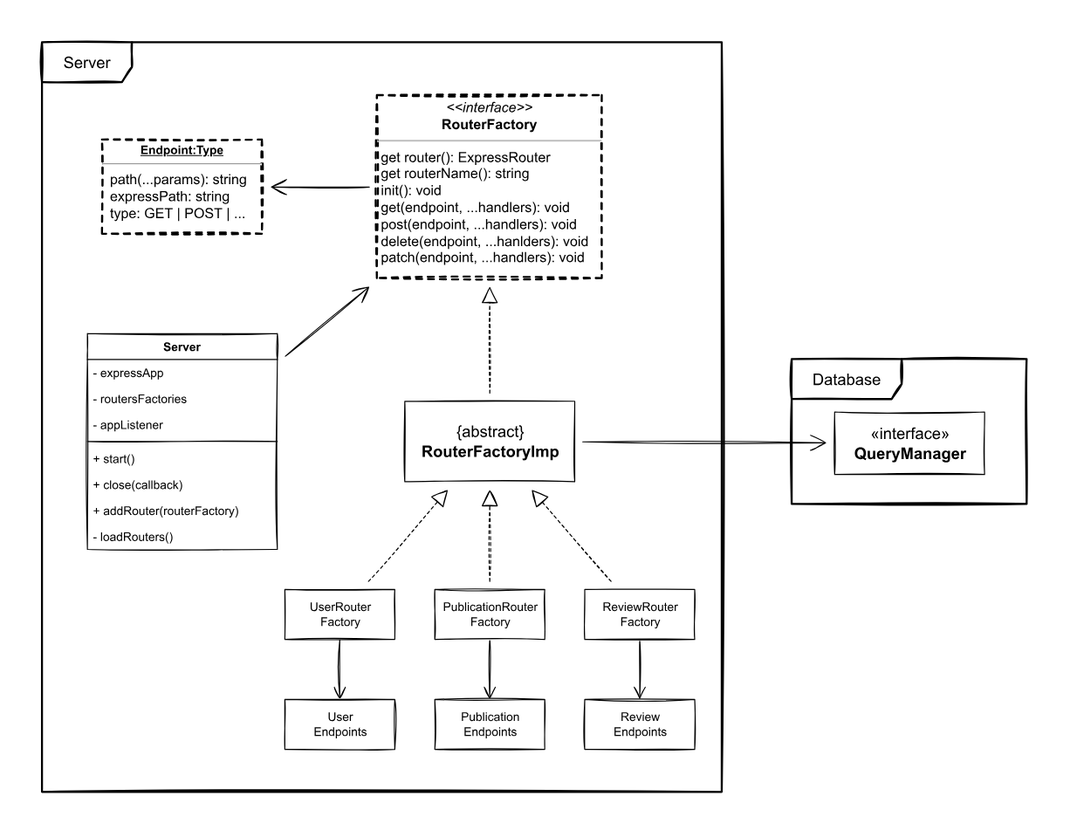
The draw.io diagram backend/docs/diagrams/server-diagram.svg in Mahmoud-Ehab/global-store, before a commit. Source tidied: cells renumbered, new cells last; positions are measured from the earlier drawing's top-left corner, leaving out a move shared by most shapes.
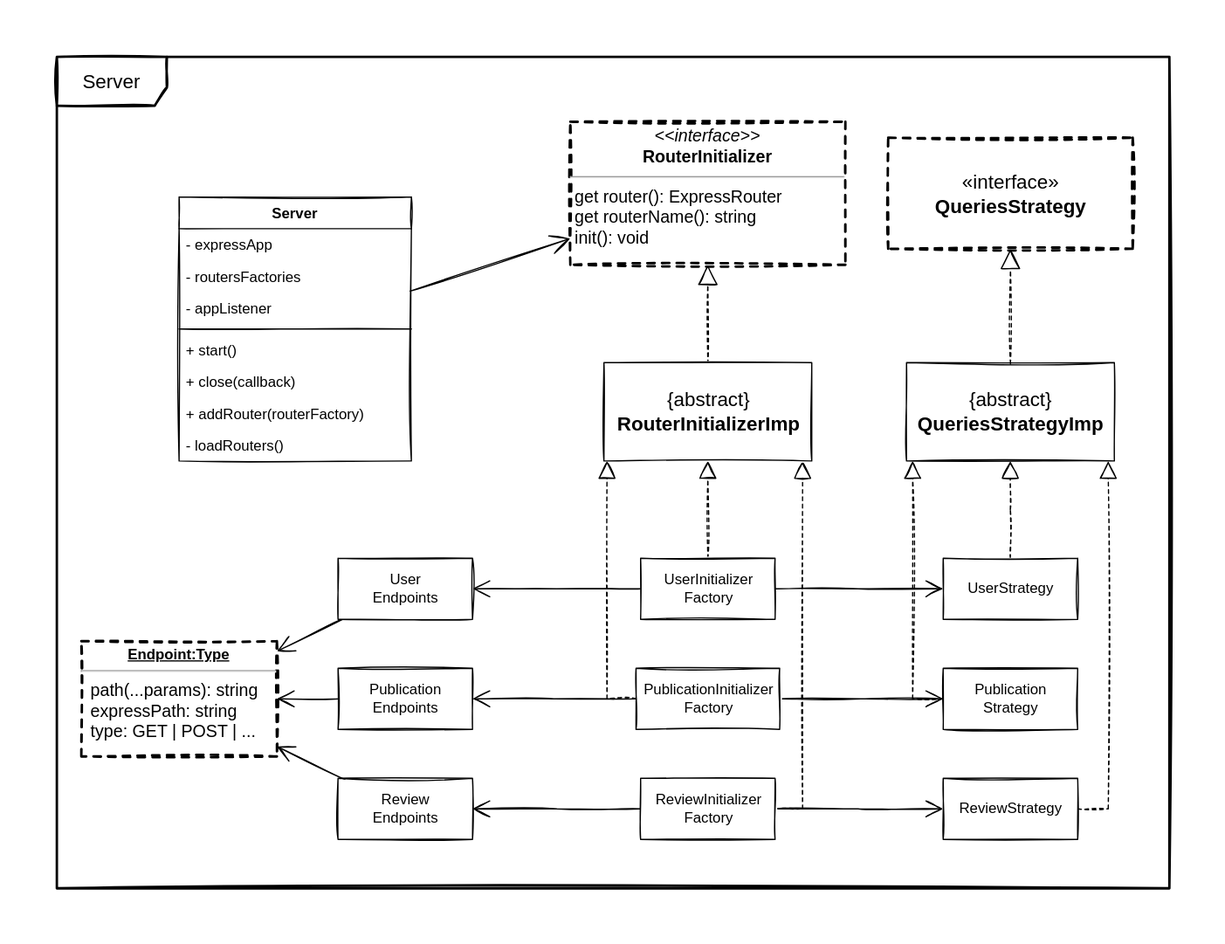
The same file after the commit.

What changed in the source:
```diff
@@ -2,47 +2,60 @@
   <root>
     <mxCell id="0" />
     <mxCell id="1" parent="0" />
-    <mxCell id="2" value="Database" style="shape=umlFrame;whiteSpace=wrap;html=1;fontSize=16;strokeWidth=2;width=110;height=40;rounded=0;fontFamily=Helvetica;sketch=1;" parent="1" vertex="1">
-      <mxGeometry x="750" y="317" width="235" height="145" as="geometry" />
-    </mxCell>
     <mxCell id="3" value="&lt;font style=&quot;font-size: 16px;&quot;&gt;Server&lt;/font&gt;" style="shape=umlFrame;whiteSpace=wrap;html=1;strokeWidth=2;rounded=0;width=90;height=40;fontFamily=Helvetica;sketch=1;" parent="1" vertex="1">
-      <mxGeometry width="680" height="750" as="geometry" />
+      <mxGeometry x="-110" y="130" width="910" height="680" as="geometry" />
     </mxCell>
-    <mxCell id="4" style="edgeStyle=none;rounded=0;hachureGap=4;jettySize=auto;html=1;fontFamily=Helvetica;fontSize=14;endArrow=open;startSize=14;endSize=14;sourcePerimeterSpacing=8;targetPerimeterSpacing=8;sketch=1;" parent="1" edge="1" source="5" target="25">
-      <mxGeometry relative="1" as="geometry" />
-    </mxCell>
-    <mxCell id="5" value="&lt;p style=&quot;margin: 4px 0px 0px; text-align: center; font-size: 14px;&quot;&gt;&lt;font style=&quot;font-size: 14px;&quot;&gt;&lt;i style=&quot;font-size: 14px;&quot;&gt;&amp;lt;&amp;lt;interface&amp;gt;&amp;gt;&lt;/i&gt;&lt;br style=&quot;font-size: 14px;&quot;&gt;&lt;b style=&quot;font-size: 14px;&quot;&gt;RouterFactory&lt;/b&gt;&lt;/font&gt;&lt;/p&gt;&lt;hr style=&quot;font-size: 14px;&quot;&gt;&lt;p style=&quot;margin: 0px 0px 0px 4px; font-size: 14px;&quot;&gt;get router(): ExpressRouter&lt;/p&gt;&lt;p style=&quot;margin: 0px 0px 0px 4px; font-size: 14px;&quot;&gt;get routerName(): string&lt;/p&gt;&lt;p style=&quot;margin: 0px 0px 0px 4px; font-size: 14px;&quot;&gt;init(): void&lt;/p&gt;&lt;p style=&quot;margin: 0px 0px 0px 4px; font-size: 14px;&quot;&gt;get(endpoint, ...handlers): void&lt;/p&gt;&lt;p style=&quot;margin: 0px 0px 0px 4px; font-size: 14px;&quot;&gt;post(endpoint, ...handlers): void&lt;/p&gt;&lt;p style=&quot;margin: 0px 0px 0px 4px; font-size: 14px;&quot;&gt;delete(endpoint, ...hanlders): void&lt;/p&gt;&lt;p style=&quot;margin: 0px 0px 0px 4px; font-size: 14px;&quot;&gt;patch(endpoint, ...handlers): void&lt;/p&gt;&lt;p style=&quot;margin: 0px 0px 0px 4px; font-size: 14px;&quot;&gt;&lt;br style=&quot;font-size: 14px;&quot;&gt;&lt;/p&gt;&lt;p style=&quot;margin: 0px 0px 0px 4px; font-size: 14px;&quot;&gt;&lt;br style=&quot;font-size: 14px;&quot;&gt;&lt;/p&gt;&lt;p style=&quot;margin: 0px 0px 0px 4px; font-size: 14px;&quot;&gt;&lt;br style=&quot;font-size: 14px;&quot;&gt;&lt;/p&gt;&lt;p style=&quot;margin: 0px 0px 0px 4px; font-size: 14px;&quot;&gt;&lt;br style=&quot;font-size: 14px;&quot;&gt;&lt;/p&gt;" style="verticalAlign=top;align=left;overflow=fill;fontSize=14;fontFamily=Helvetica;html=1;rounded=0;strokeWidth=2;sketch=1;dashed=1;" parent="1" vertex="1">
-      <mxGeometry x="335" y="53" width="225" height="183" as="geometry" />
+    <mxCell id="5" value="&lt;p style=&quot;margin: 4px 0px 0px; text-align: center; font-size: 14px;&quot;&gt;&lt;font style=&quot;font-size: 14px;&quot;&gt;&lt;i style=&quot;font-size: 14px;&quot;&gt;&amp;lt;&amp;lt;interface&amp;gt;&amp;gt;&lt;/i&gt;&lt;br style=&quot;font-size: 14px;&quot;&gt;&lt;b style=&quot;font-size: 14px;&quot;&gt;RouterInitializer&lt;/b&gt;&lt;/font&gt;&lt;/p&gt;&lt;hr style=&quot;font-size: 14px;&quot;&gt;&lt;p style=&quot;margin: 0px 0px 0px 4px; font-size: 14px;&quot;&gt;get router(): ExpressRouter&lt;/p&gt;&lt;p style=&quot;margin: 0px 0px 0px 4px; font-size: 14px;&quot;&gt;get routerName(): string&lt;/p&gt;&lt;p style=&quot;margin: 0px 0px 0px 4px; font-size: 14px;&quot;&gt;init(): void&lt;/p&gt;&lt;p style=&quot;margin: 0px 0px 0px 4px; font-size: 14px;&quot;&gt;&lt;br&gt;&lt;/p&gt;&lt;p style=&quot;margin: 0px 0px 0px 4px; font-size: 14px;&quot;&gt;&lt;br style=&quot;font-size: 14px;&quot;&gt;&lt;/p&gt;" style="verticalAlign=top;align=left;overflow=fill;fontSize=14;fontFamily=Helvetica;html=1;rounded=0;strokeWidth=2;sketch=1;dashed=1;" parent="1" vertex="1">
+      <mxGeometry x="310" y="183.1" width="225" height="117" as="geometry" />
     </mxCell>
-    <mxCell id="6" style="edgeStyle=none;rounded=0;hachureGap=4;jettySize=auto;html=1;dashed=1;fontFamily=Helvetica;fontSize=14;endArrow=block;endFill=0;startSize=14;endSize=14;sourcePerimeterSpacing=8;targetPerimeterSpacing=8;sketch=1;" parent="1" edge="1" source="8" target="28">
+    <mxCell id="6" style="edgeStyle=none;rounded=0;hachureGap=4;jettySize=auto;html=1;dashed=1;fontFamily=Helvetica;fontSize=14;endArrow=block;endFill=0;startSize=6;endSize=12;sourcePerimeterSpacing=0;targetPerimeterSpacing=0;sketch=1;" parent="1" edge="1" source="8" target="28">
       <mxGeometry relative="1" as="geometry" />
     </mxCell>
+    <mxCell id="33" style="edgeStyle=elbowEdgeStyle;rounded=0;sketch=1;jettySize=auto;html=1;fontSize=16;endArrow=open;endFill=0;endSize=12;strokeWidth=1;" parent="1" edge="1" source="8" target="43">
+      <mxGeometry relative="1" as="geometry" />
+    </mxCell>
-    <mxCell id="7" style="edgeStyle=orthogonalEdgeStyle;rounded=0;jettySize=auto;html=1;fontSize=14;endArrow=open;endFill=0;endSize=10;strokeWidth=1;sketch=1;" parent="1" edge="1" source="8" target="30">
+    <mxCell id="7" style="edgeStyle=elbowEdgeStyle;rounded=0;sketch=1;jettySize=auto;html=1;fontSize=16;endArrow=open;endFill=0;startSize=6;endSize=12;sourcePerimeterSpacing=0;targetPerimeterSpacing=0;strokeWidth=1;" parent="1" edge="1" source="8" target="30">
       <mxGeometry relative="1" as="geometry" />
     </mxCell>
-    <mxCell id="8" value="UserRouter&lt;br&gt;Factory" style="html=1;rounded=0;fontFamily=Helvetica;sketch=1;" parent="1" vertex="1">
-      <mxGeometry x="242.5" y="547" width="110" height="50" as="geometry" />
+    <mxCell id="8" value="UserInitializer&lt;br&gt;Factory" style="html=1;rounded=0;fontFamily=Helvetica;sketch=1;" parent="1" vertex="1">
+      <mxGeometry x="367.5" y="540" width="110" height="50" as="geometry" />
     </mxCell>
-    <mxCell id="9" style="edgeStyle=none;rounded=0;hachureGap=4;jettySize=auto;html=1;dashed=1;fontFamily=Helvetica;fontSize=14;endArrow=block;endFill=0;startSize=14;endSize=14;sourcePerimeterSpacing=8;targetPerimeterSpacing=8;sketch=1;" parent="1" edge="1" source="11" target="28">
-      <mxGeometry relative="1" as="geometry" />
+    <mxCell id="9" style="edgeStyle=elbowEdgeStyle;rounded=0;hachureGap=4;jettySize=auto;html=1;dashed=1;fontFamily=Helvetica;fontSize=14;endArrow=block;endFill=0;startSize=6;endSize=12;sourcePerimeterSpacing=0;targetPerimeterSpacing=0;sketch=1;" parent="1" edge="1" source="11" target="28">
+      <mxGeometry relative="1" as="geometry">
+        <Array as="points">
+          <mxPoint x="340" y="600" />
+          <mxPoint x="390" y="580" />
+        </Array>
+      </mxGeometry>
     </mxCell>
+    <mxCell id="34" style="edgeStyle=elbowEdgeStyle;rounded=0;sketch=1;jettySize=auto;html=1;fontSize=16;endArrow=open;endFill=0;endSize=12;strokeWidth=1;" parent="1" edge="1" source="11" target="47">
+      <mxGeometry relative="1" as="geometry" />
+    </mxCell>
-    <mxCell id="10" style="edgeStyle=orthogonalEdgeStyle;rounded=0;jettySize=auto;html=1;fontSize=14;endArrow=open;endFill=0;endSize=10;strokeWidth=1;sketch=1;" parent="1" edge="1" source="11" target="31">
+    <mxCell id="10" style="edgeStyle=elbowEdgeStyle;rounded=0;sketch=1;jettySize=auto;html=1;fontSize=16;endArrow=open;endFill=0;startSize=6;endSize=12;sourcePerimeterSpacing=0;targetPerimeterSpacing=0;strokeWidth=1;" parent="1" edge="1" source="11" target="31">
       <mxGeometry relative="1" as="geometry" />
     </mxCell>
-    <mxCell id="11" value="PublicationRouter&lt;br&gt;Factory" style="html=1;rounded=0;fontFamily=Helvetica;sketch=1;" parent="1" vertex="1">
-      <mxGeometry x="392.5" y="547" width="110" height="50" as="geometry" />
+    <mxCell id="11" value="PublicationInitializer&lt;br&gt;Factory" style="html=1;rounded=0;fontFamily=Helvetica;sketch=1;" parent="1" vertex="1">
+      <mxGeometry x="363.8" y="630" width="117.5" height="50" as="geometry" />
     </mxCell>
-    <mxCell id="12" style="edgeStyle=none;rounded=0;hachureGap=4;jettySize=auto;html=1;dashed=1;fontFamily=Helvetica;fontSize=14;endArrow=block;endFill=0;startSize=14;endSize=14;sourcePerimeterSpacing=8;targetPerimeterSpacing=8;sketch=1;" parent="1" edge="1" source="14" target="28">
-      <mxGeometry relative="1" as="geometry" />
+    <mxCell id="12" style="edgeStyle=elbowEdgeStyle;rounded=0;hachureGap=4;jettySize=auto;html=1;dashed=1;fontFamily=Helvetica;fontSize=14;endArrow=block;endFill=0;startSize=6;endSize=12;sourcePerimeterSpacing=0;targetPerimeterSpacing=0;sketch=1;" parent="1" edge="1" source="14" target="28">
+      <mxGeometry relative="1" as="geometry">
+        <Array as="points">
+          <mxPoint x="500" y="570" />
+          <mxPoint x="540" y="570" />
+        </Array>
+      </mxGeometry>
     </mxCell>
+    <mxCell id="35" style="edgeStyle=elbowEdgeStyle;rounded=0;sketch=1;jettySize=auto;html=1;fontSize=16;endArrow=open;endFill=0;endSize=12;strokeWidth=1;" parent="1" edge="1" source="14" target="45">
+      <mxGeometry relative="1" as="geometry" />
+    </mxCell>
-    <mxCell id="13" style="edgeStyle=orthogonalEdgeStyle;rounded=0;jettySize=auto;html=1;fontSize=14;endArrow=open;endFill=0;endSize=10;strokeWidth=1;sketch=1;" parent="1" edge="1" source="14" target="32">
+    <mxCell id="13" style="edgeStyle=elbowEdgeStyle;rounded=0;sketch=1;jettySize=auto;html=1;fontSize=16;endArrow=open;endFill=0;startSize=6;endSize=12;sourcePerimeterSpacing=0;targetPerimeterSpacing=0;strokeWidth=1;" parent="1" edge="1" source="14" target="32">
       <mxGeometry relative="1" as="geometry" />
     </mxCell>
-    <mxCell id="14" value="ReviewRouter&lt;br&gt;Factory" style="html=1;rounded=0;fontFamily=Helvetica;sketch=1;" parent="1" vertex="1">
-      <mxGeometry x="542.5" y="547" width="110" height="50" as="geometry" />
+    <mxCell id="14" value="ReviewInitializer&lt;br&gt;Factory" style="html=1;rounded=0;fontFamily=Helvetica;sketch=1;" parent="1" vertex="1">
+      <mxGeometry x="367.5" y="720" width="110" height="50" as="geometry" />
     </mxCell>
     <mxCell id="15" value="Server" style="swimlane;fontStyle=1;align=center;verticalAlign=top;horizontal=1;startSize=26;rounded=0;fontFamily=Helvetica;sketch=1;" parent="1" vertex="1">
-      <mxGeometry x="45" y="291" width="190" height="216" as="geometry" />
+      <mxGeometry x="-10" y="244.5" width="190" height="216" as="geometry" />
     </mxCell>
     <mxCell id="16" value="- expressApp" style="text;strokeColor=none;fillColor=none;align=left;verticalAlign=top;spacingLeft=4;spacingRight=4;overflow=hidden;rounded=0;fontFamily=Helvetica;sketch=1;" parent="15" vertex="1">
       <mxGeometry y="26" width="190" height="26" as="geometry" />
@@ -68,32 +81,74 @@
     <mxCell id="23" value="- loadRouters()" style="text;strokeColor=none;fillColor=none;align=left;verticalAlign=top;spacingLeft=4;spacingRight=4;overflow=hidden;rounded=0;fontFamily=Helvetica;sketch=1;" parent="15" vertex="1">
       <mxGeometry y="190" width="190" height="26" as="geometry" />
     </mxCell>
-    <mxCell id="24" value="&lt;font style=&quot;font-size: 16px;&quot;&gt;«interface»&lt;br&gt;&lt;b&gt;QueryManager&lt;/b&gt;&lt;/font&gt;" style="html=1;rounded=0;fontFamily=Helvetica;sketch=1;" parent="1" vertex="1">
-      <mxGeometry x="792.5" y="369.5" width="150" height="62.5" as="geometry" />
-    </mxCell>
     <mxCell id="25" value="&lt;p style=&quot;margin:0px;margin-top:4px;text-align:center;text-decoration:underline;&quot;&gt;&lt;b&gt;Endpoint:Type&lt;/b&gt;&lt;/p&gt;&lt;hr&gt;&lt;p style=&quot;margin: 0px 0px 0px 8px; font-size: 14px;&quot;&gt;&lt;span style=&quot;background-color: initial;&quot;&gt;path(...params): string&lt;/span&gt;&lt;/p&gt;&lt;p style=&quot;margin: 0px 0px 0px 8px; font-size: 14px;&quot;&gt;&lt;span style=&quot;background-color: initial;&quot;&gt;expressPath: string&lt;/span&gt;&lt;br&gt;&lt;/p&gt;&lt;p style=&quot;margin: 0px 0px 0px 8px; font-size: 14px;&quot;&gt;&lt;font style=&quot;font-size: 14px;&quot;&gt;type: GET | POST | ...&lt;/font&gt;&lt;/p&gt;" style="verticalAlign=top;align=left;overflow=fill;fontSize=12;fontFamily=Helvetica;html=1;hachureGap=4;strokeWidth=2;sketch=1;dashed=1;rounded=0;" parent="1" vertex="1">
-      <mxGeometry x="60" y="97.4" width="160" height="94.2" as="geometry" />
+      <mxGeometry x="-90" y="607.9" width="160" height="94.2" as="geometry" />
     </mxCell>
-    <mxCell id="26" style="edgeStyle=none;rounded=0;hachureGap=4;jettySize=auto;html=1;fontFamily=Helvetica;fontSize=14;endArrow=block;startSize=14;endSize=14;sourcePerimeterSpacing=8;targetPerimeterSpacing=8;dashed=1;endFill=0;sketch=1;" parent="1" edge="1" source="28" target="5">
+    <mxCell id="26" style="edgeStyle=none;rounded=0;hachureGap=4;jettySize=auto;html=1;fontFamily=Helvetica;fontSize=14;endArrow=block;startSize=6;endSize=14;sourcePerimeterSpacing=-1;targetPerimeterSpacing=0;dashed=1;endFill=0;sketch=1;" parent="1" edge="1" source="28" target="5">
       <mxGeometry relative="1" as="geometry" />
     </mxCell>
-    <mxCell id="27" style="edgeStyle=none;rounded=0;hachureGap=4;jettySize=auto;html=1;fontFamily=Helvetica;fontSize=14;endArrow=open;endFill=0;startSize=14;endSize=14;sourcePerimeterSpacing=8;targetPerimeterSpacing=8;sketch=1;" parent="1" edge="1" source="28" target="24">
-      <mxGeometry relative="1" as="geometry" />
-    </mxCell>
-    <mxCell id="28" value="&lt;font style=&quot;font-size: 16px;&quot;&gt;{abstract}&lt;br&gt;&lt;b&gt;RouterFactoryImp&lt;/b&gt;&lt;/font&gt;" style="html=1;rounded=0;fontFamily=Helvetica;sketch=1;" parent="1" vertex="1">
-      <mxGeometry x="362.5" y="358.8" width="170" height="80.5" as="geometry" />
+    <mxCell id="28" value="&lt;font style=&quot;font-size: 16px;&quot;&gt;{abstract}&lt;br&gt;&lt;b&gt;RouterInitializerImp&lt;/b&gt;&lt;/font&gt;" style="html=1;rounded=0;fontFamily=Helvetica;sketch=1;" parent="1" vertex="1">
+      <mxGeometry x="337.5" y="380" width="170" height="80.5" as="geometry" />
     </mxCell>
-    <mxCell id="29" style="edgeStyle=none;rounded=0;hachureGap=4;jettySize=auto;html=1;fontFamily=Helvetica;fontSize=14;endArrow=open;endFill=0;startSize=14;endSize=14;sourcePerimeterSpacing=8;targetPerimeterSpacing=8;sketch=1;" parent="1" edge="1" source="15" target="5">
+    <mxCell id="29" style="edgeStyle=none;rounded=0;hachureGap=4;jettySize=auto;html=1;fontFamily=Helvetica;fontSize=14;endArrow=open;endFill=0;startSize=6;endSize=14;sourcePerimeterSpacing=-1;targetPerimeterSpacing=0;sketch=1;" parent="1" edge="1" source="15" target="5">
       <mxGeometry relative="1" as="geometry" />
     </mxCell>
+    <mxCell id="36" style="rounded=0;sketch=1;jettySize=auto;html=1;fontSize=16;endArrow=open;endFill=0;startSize=6;endSize=12;sourcePerimeterSpacing=-1;targetPerimeterSpacing=0;strokeWidth=1;" parent="1" edge="1" source="30" target="25">
+      <mxGeometry relative="1" as="geometry" />
+    </mxCell>
     <mxCell id="30" value="User&lt;br&gt;Endpoints" style="html=1;rounded=0;fontFamily=Helvetica;sketch=1;" parent="1" vertex="1">
-      <mxGeometry x="242.5" y="657" width="110" height="50" as="geometry" />
+      <mxGeometry x="120" y="540" width="110" height="50" as="geometry" />
     </mxCell>
+    <mxCell id="37" style="edgeStyle=none;rounded=0;sketch=1;jettySize=auto;html=1;fontSize=16;endArrow=open;endFill=0;startSize=6;endSize=12;sourcePerimeterSpacing=-1;targetPerimeterSpacing=0;strokeWidth=1;" parent="1" edge="1" source="31" target="25">
+      <mxGeometry relative="1" as="geometry" />
+    </mxCell>
     <mxCell id="31" value="Publication&lt;br&gt;Endpoints" style="html=1;rounded=0;fontFamily=Helvetica;sketch=1;" parent="1" vertex="1">
-      <mxGeometry x="392.5" y="657" width="110" height="50" as="geometry" />
+      <mxGeometry x="120" y="630" width="110" height="50" as="geometry" />
     </mxCell>
+    <mxCell id="38" style="edgeStyle=none;rounded=0;sketch=1;jettySize=auto;html=1;fontSize=16;endArrow=open;endFill=0;startSize=6;endSize=12;sourcePerimeterSpacing=-1;targetPerimeterSpacing=0;strokeWidth=1;" parent="1" edge="1" source="32" target="25">
+      <mxGeometry relative="1" as="geometry" />
+    </mxCell>
     <mxCell id="32" value="Review&lt;br&gt;Endpoints" style="html=1;rounded=0;fontFamily=Helvetica;sketch=1;" parent="1" vertex="1">
-      <mxGeometry x="542.5" y="657" width="110" height="50" as="geometry" />
+      <mxGeometry x="120" y="720" width="110" height="50" as="geometry" />
     </mxCell>
+    <mxCell id="39" value="«interface»&lt;br style=&quot;font-size: 16px;&quot;&gt;&lt;b style=&quot;font-size: 16px;&quot;&gt;QueriesStrategy&lt;/b&gt;" style="html=1;dashed=1;sketch=1;strokeWidth=2;fontSize=16;" parent="1" vertex="1">
+      <mxGeometry x="570" y="196.1" width="200" height="90.9" as="geometry" />
+    </mxCell>
+    <mxCell id="40" value="&lt;font style=&quot;font-size: 16px;&quot;&gt;{abstract}&lt;br&gt;&lt;b&gt;QueriesStrategyImp&lt;/b&gt;&lt;br&gt;&lt;/font&gt;" style="html=1;rounded=0;fontFamily=Helvetica;sketch=1;" parent="1" vertex="1">
+      <mxGeometry x="585" y="380" width="170" height="80.5" as="geometry" />
+    </mxCell>
+    <mxCell id="41" style="edgeStyle=none;rounded=0;hachureGap=4;jettySize=auto;html=1;fontFamily=Helvetica;fontSize=14;endArrow=block;startSize=6;endSize=14;sourcePerimeterSpacing=-1;targetPerimeterSpacing=0;dashed=1;endFill=0;sketch=1;" parent="1" edge="1" source="40" target="39">
+      <mxGeometry relative="1" as="geometry" />
+    </mxCell>
+    <mxCell id="42" style="edgeStyle=elbowEdgeStyle;rounded=0;sketch=1;jettySize=auto;html=1;fontSize=16;endArrow=block;endFill=0;endSize=12;strokeWidth=1;dashed=1;" parent="1" edge="1" source="43" target="40">
+      <mxGeometry relative="1" as="geometry" />
+    </mxCell>
+    <mxCell id="43" value="UserStrategy" style="html=1;rounded=0;fontFamily=Helvetica;sketch=1;" parent="1" vertex="1">
+      <mxGeometry x="615" y="540" width="110" height="50" as="geometry" />
+    </mxCell>
+    <mxCell id="44" style="edgeStyle=elbowEdgeStyle;rounded=0;sketch=1;jettySize=auto;html=1;dashed=1;fontSize=16;endArrow=block;endFill=0;endSize=12;strokeWidth=1;" parent="1" edge="1" source="45" target="40">
+      <mxGeometry relative="1" as="geometry">
+        <Array as="points">
+          <mxPoint x="750" y="540" />
+          <mxPoint x="740" y="590" />
+        </Array>
+      </mxGeometry>
+    </mxCell>
+    <mxCell id="45" value="ReviewStrategy" style="html=1;rounded=0;fontFamily=Helvetica;sketch=1;" parent="1" vertex="1">
+      <mxGeometry x="615" y="720" width="110" height="50" as="geometry" />
+    </mxCell>
+    <mxCell id="46" style="edgeStyle=elbowEdgeStyle;rounded=0;sketch=1;jettySize=auto;html=1;dashed=1;fontSize=16;endArrow=block;endFill=0;endSize=12;strokeWidth=1;" parent="1" edge="1" source="47" target="40">
+      <mxGeometry relative="1" as="geometry">
+        <Array as="points">
+          <mxPoint x="590" y="600" />
+          <mxPoint x="600" y="600" />
+          <mxPoint x="590" y="540" />
+          <mxPoint x="600" y="540" />
+        </Array>
+      </mxGeometry>
+    </mxCell>
+    <mxCell id="47" value="Publication&lt;br&gt;Strategy" style="html=1;rounded=0;fontFamily=Helvetica;sketch=1;" parent="1" vertex="1">
+      <mxGeometry x="615" y="630" width="110" height="50" as="geometry" />
+    </mxCell>
   </root>
 </mxGraphModel>
```
